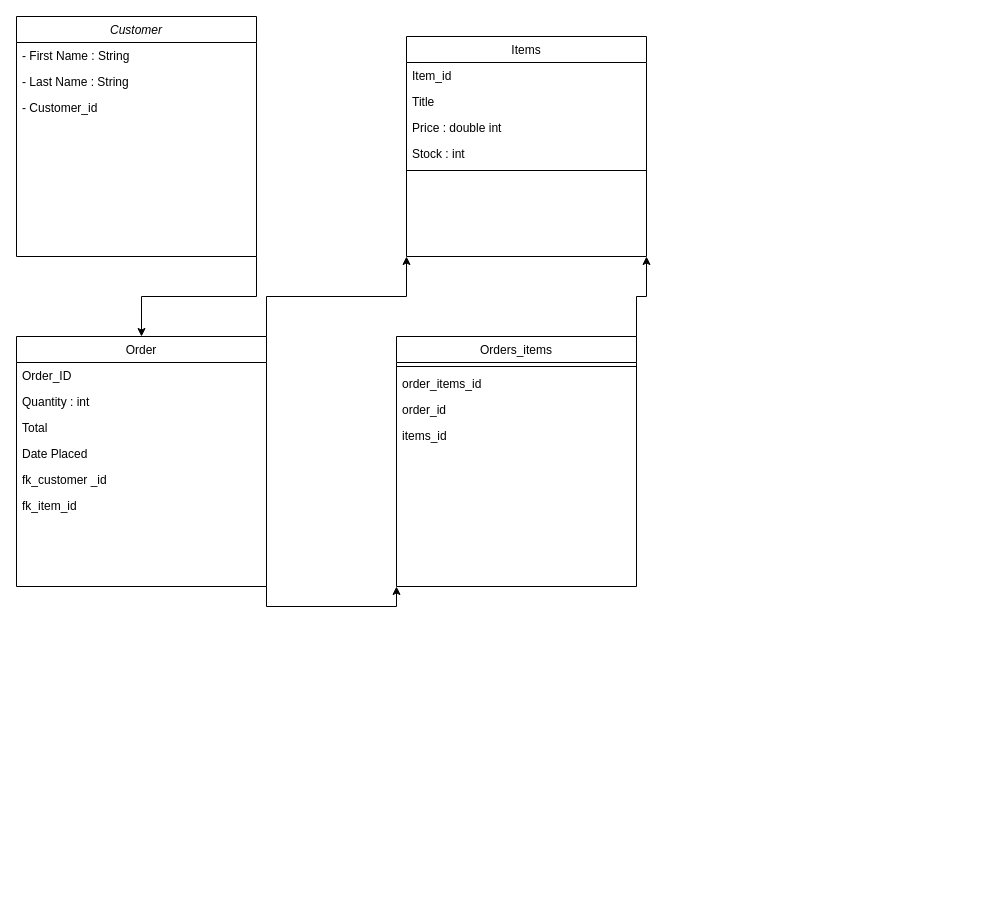
Above: src/main/java/com/qa/ims/IMS Diagram.drawio in rebeccaswinton/IMS-22JulyEnable3 (draw.io), before the change. Source tidied: cells renumbered, new cells numbered last; positions are measured from the earlier drawing's top-left corner, leaving out a move shared by most shapes. Both pictures are drawn from the tidied source at 100%, with x=0, y=0 at pixel (16, 16).
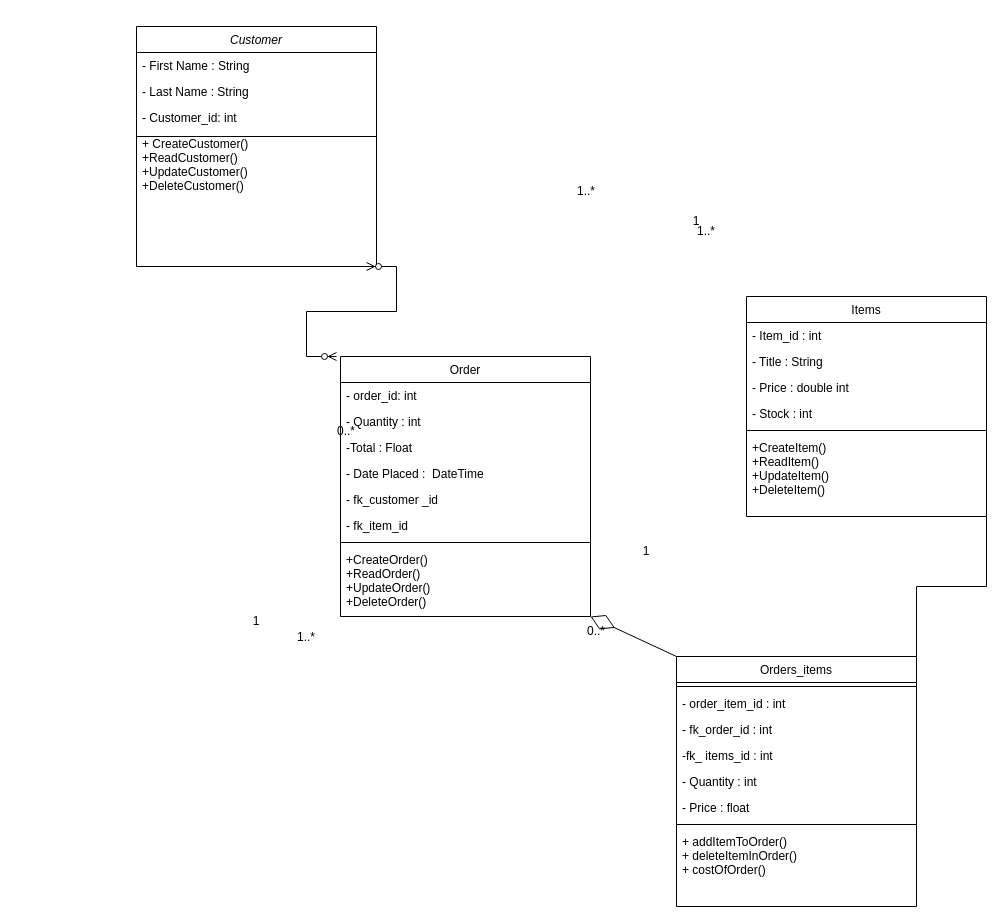
The same page after the edit.

What changed in the source:
```diff
@@
-    <mxCell id="2" style="edgeStyle=orthogonalEdgeStyle;rounded=0;jettySize=auto;html=1;exitX=1;exitY=1;exitDx=0;exitDy=0;" parent="1" edge="1" source="3" target="9">
-      <mxGeometry relative="1" as="geometry" />
-    </mxCell>
     <mxCell id="3" value="Customer" style="swimlane;fontStyle=2;align=center;verticalAlign=top;horizontal=1;startSize=26;rounded=0;shadow=0;strokeWidth=1;" parent="1" vertex="1">
-      <mxGeometry width="240" height="240" as="geometry" />
+      <mxGeometry x="120" y="10" width="240" height="240" as="geometry" />
     </mxCell>
@@
-    <mxCell id="6" value="- Customer_id" style="text;align=left;verticalAlign=top;spacingLeft=4;spacingRight=4;overflow=hidden;rounded=0;shadow=0;html=0;" parent="3" vertex="1">
+    <mxCell id="6" value="- Customer_id: int" style="text;align=left;verticalAlign=top;spacingLeft=4;spacingRight=4;overflow=hidden;rounded=0;shadow=0;html=0;" parent="3" vertex="1">
       <mxGeometry y="78" width="240" height="26" as="geometry" />
     </mxCell>
-    <mxCell id="7" style="edgeStyle=orthogonalEdgeStyle;rounded=0;jettySize=auto;html=1;entryX=0;entryY=1;entryDx=0;entryDy=0;exitX=1;exitY=0;exitDx=0;exitDy=0;" parent="1" edge="1" source="9" target="22">
-      <mxGeometry relative="1" as="geometry" />
-    </mxCell>
-    <mxCell id="8" style="edgeStyle=orthogonalEdgeStyle;rounded=0;jettySize=auto;html=1;exitX=1;exitY=1;exitDx=0;exitDy=0;entryX=0;entryY=1;entryDx=0;entryDy=0;" parent="1" edge="1" source="9" target="17">
-      <mxGeometry relative="1" as="geometry" />
-    </mxCell>
+    <mxCell id="28" style="endArrow=none;html=1;rounded=0;" parent="3" edge="1">
+      <mxGeometry relative="1" as="geometry">
+        <mxPoint y="110" as="sourcePoint" />
+        <mxPoint x="240" y="110" as="targetPoint" />
+      </mxGeometry>
+    </mxCell>
+    <mxCell id="29" value="+ CreateCustomer()&#10;+ReadCustomer()&#10;+UpdateCustomer()&#10;+DeleteCustomer()" style="text;align=left;verticalAlign=top;spacingLeft=4;spacingRight=4;overflow=hidden;rounded=0;shadow=0;html=0;" parent="3" vertex="1">
+      <mxGeometry y="104" width="240" height="66" as="geometry" />
+    </mxCell>
     <mxCell id="9" value="Order" style="swimlane;fontStyle=0;align=center;verticalAlign=top;horizontal=1;startSize=26;rounded=0;shadow=0;strokeWidth=1;" parent="1" vertex="1">
-      <mxGeometry y="320" width="250" height="250" as="geometry" />
+      <mxGeometry x="324" y="340" width="250" height="260" as="geometry" />
     </mxCell>
-    <mxCell id="10" value="Order_ID" style="text;align=left;verticalAlign=top;spacingLeft=4;spacingRight=4;overflow=hidden;" parent="9" vertex="1">
+    <mxCell id="10" value="- order_id: int" style="text;align=left;verticalAlign=top;spacingLeft=4;spacingRight=4;overflow=hidden;" parent="9" vertex="1">
       <mxGeometry y="26" width="250" height="26" as="geometry" />
     </mxCell>
-    <mxCell id="11" value="Quantity : int &#10;&#10;" style="text;align=left;verticalAlign=top;spacingLeft=4;spacingRight=4;overflow=hidden;rounded=0;shadow=0;html=0;" parent="9" vertex="1">
+    <mxCell id="11" value="- Quantity : int &#10;&#10;" style="text;align=left;verticalAlign=top;spacingLeft=4;spacingRight=4;overflow=hidden;rounded=0;shadow=0;html=0;" parent="9" vertex="1">
       <mxGeometry y="52" width="250" height="26" as="geometry" />
     </mxCell>
-    <mxCell id="12" value="Total" style="text;align=left;verticalAlign=top;spacingLeft=4;spacingRight=4;overflow=hidden;rounded=0;shadow=0;html=0;" parent="9" vertex="1">
+    <mxCell id="12" value="-Total : Float" style="text;align=left;verticalAlign=top;spacingLeft=4;spacingRight=4;overflow=hidden;rounded=0;shadow=0;html=0;" parent="9" vertex="1">
       <mxGeometry y="78" width="250" height="26" as="geometry" />
     </mxCell>
-    <mxCell id="13" value="Date Placed" style="text;align=left;verticalAlign=top;spacingLeft=4;spacingRight=4;overflow=hidden;rounded=0;shadow=0;html=0;" parent="9" vertex="1">
+    <mxCell id="13" value="- Date Placed :  DateTime" style="text;align=left;verticalAlign=top;spacingLeft=4;spacingRight=4;overflow=hidden;rounded=0;shadow=0;html=0;" parent="9" vertex="1">
       <mxGeometry y="104" width="250" height="26" as="geometry" />
     </mxCell>
-    <mxCell id="14" value="fk_customer _id" style="text;align=left;verticalAlign=top;spacingLeft=4;spacingRight=4;overflow=hidden;rounded=0;shadow=0;html=0;" parent="9" vertex="1">
+    <mxCell id="14" value="- fk_customer _id" style="text;align=left;verticalAlign=top;spacingLeft=4;spacingRight=4;overflow=hidden;rounded=0;shadow=0;html=0;" parent="9" vertex="1">
       <mxGeometry y="130" width="250" height="26" as="geometry" />
     </mxCell>
-    <mxCell id="15" value="fk_item_id" style="text;align=left;verticalAlign=top;spacingLeft=4;spacingRight=4;overflow=hidden;rounded=0;shadow=0;html=0;" parent="9" vertex="1">
+    <mxCell id="15" value="- fk_item_id" style="text;align=left;verticalAlign=top;spacingLeft=4;spacingRight=4;overflow=hidden;rounded=0;shadow=0;html=0;" parent="9" vertex="1">
       <mxGeometry y="156" width="250" height="26" as="geometry" />
     </mxCell>
-    <mxCell id="16" style="edgeStyle=orthogonalEdgeStyle;rounded=0;jettySize=auto;html=1;exitX=1;exitY=0;exitDx=0;exitDy=0;entryX=1;entryY=1;entryDx=0;entryDy=0;" parent="1" edge="1" source="17" target="22">
-      <mxGeometry relative="1" as="geometry" />
-    </mxCell>
+    <mxCell id="30" style="line;html=1;strokeWidth=1;align=left;verticalAlign=middle;spacingTop=-1;spacingLeft=3;spacingRight=3;labelPosition=right;" parent="9" vertex="1">
+      <mxGeometry y="182" width="250" height="8" as="geometry" />
+    </mxCell>
+    <mxCell id="31" value="+CreateOrder()&#10;+ReadOrder()&#10;+UpdateOrder()&#10;+DeleteOrder()" style="text;align=left;verticalAlign=top;spacingLeft=4;spacingRight=4;overflow=hidden;rounded=0;shadow=0;html=0;" parent="9" vertex="1">
+      <mxGeometry y="190" width="250" height="60" as="geometry" />
+    </mxCell>
     <mxCell id="17" value="Orders_items" style="swimlane;fontStyle=0;align=center;verticalAlign=top;horizontal=1;startSize=26;rounded=0;shadow=0;strokeWidth=1;" parent="1" vertex="1">
-      <mxGeometry x="380" y="320" width="240" height="250" as="geometry" />
+      <mxGeometry x="660" y="640" width="240" height="250" as="geometry" />
     </mxCell>
@@
-    <mxCell id="19" value="order_items_id" style="text;align=left;verticalAlign=top;spacingLeft=4;spacingRight=4;overflow=hidden;rounded=0;shadow=0;html=0;" parent="17" vertex="1">
+    <mxCell id="19" value="- order_item_id : int" style="text;align=left;verticalAlign=top;spacingLeft=4;spacingRight=4;overflow=hidden;rounded=0;shadow=0;html=0;" parent="17" vertex="1">
       <mxGeometry y="34" width="240" height="26" as="geometry" />
     </mxCell>
-    <mxCell id="20" value="order_id" style="text;align=left;verticalAlign=top;spacingLeft=4;spacingRight=4;overflow=hidden;rounded=0;shadow=0;html=0;" parent="17" vertex="1">
+    <mxCell id="20" value="- fk_order_id : int" style="text;align=left;verticalAlign=top;spacingLeft=4;spacingRight=4;overflow=hidden;rounded=0;shadow=0;html=0;" parent="17" vertex="1">
       <mxGeometry y="60" width="240" height="26" as="geometry" />
     </mxCell>
-    <mxCell id="21" value="items_id" style="text;align=left;verticalAlign=top;spacingLeft=4;spacingRight=4;overflow=hidden;rounded=0;shadow=0;html=0;" parent="17" vertex="1">
+    <mxCell id="21" value="-fk_ items_id : int" style="text;align=left;verticalAlign=top;spacingLeft=4;spacingRight=4;overflow=hidden;rounded=0;shadow=0;html=0;" parent="17" vertex="1">
       <mxGeometry y="86" width="240" height="26" as="geometry" />
     </mxCell>
+    <mxCell id="32" value="- Quantity : int" style="text;align=left;verticalAlign=top;spacingLeft=4;spacingRight=4;overflow=hidden;rounded=0;shadow=0;html=0;" parent="17" vertex="1">
+      <mxGeometry y="112" width="240" height="26" as="geometry" />
+    </mxCell>
+    <mxCell id="33" value="- Price : float" style="text;align=left;verticalAlign=top;spacingLeft=4;spacingRight=4;overflow=hidden;rounded=0;shadow=0;html=0;" parent="17" vertex="1">
+      <mxGeometry y="138" width="240" height="26" as="geometry" />
+    </mxCell>
+    <mxCell id="34" style="line;html=1;strokeWidth=1;align=left;verticalAlign=middle;spacingTop=-1;spacingLeft=3;spacingRight=3;labelPosition=right;" parent="17" vertex="1">
+      <mxGeometry y="164" width="240" height="8" as="geometry" />
+    </mxCell>
+    <mxCell id="35" value="+ addItemToOrder()&#10;+ deleteItemInOrder()&#10;+ costOfOrder()" style="text;align=left;verticalAlign=top;spacingLeft=4;spacingRight=4;overflow=hidden;rounded=0;shadow=0;html=0;" parent="17" vertex="1">
+      <mxGeometry y="172" width="240" height="60" as="geometry" />
+    </mxCell>
     <mxCell id="22" value="Items" style="swimlane;fontStyle=0;align=center;verticalAlign=top;horizontal=1;startSize=26;rounded=0;shadow=0;strokeWidth=1;" parent="1" vertex="1">
-      <mxGeometry x="390" y="20" width="240" height="220" as="geometry" />
+      <mxGeometry x="730" y="280" width="240" height="220" as="geometry" />
     </mxCell>
-    <mxCell id="23" value="Item_id" style="text;align=left;verticalAlign=top;spacingLeft=4;spacingRight=4;overflow=hidden;rounded=0;shadow=0;html=0;" parent="22" vertex="1">
+    <mxCell id="23" value="- Item_id : int" style="text;align=left;verticalAlign=top;spacingLeft=4;spacingRight=4;overflow=hidden;rounded=0;shadow=0;html=0;" parent="22" vertex="1">
       <mxGeometry y="26" width="240" height="26" as="geometry" />
     </mxCell>
-    <mxCell id="24" value="Title" style="text;align=left;verticalAlign=top;spacingLeft=4;spacingRight=4;overflow=hidden;" parent="22" vertex="1">
+    <mxCell id="24" value="- Title : String" style="text;align=left;verticalAlign=top;spacingLeft=4;spacingRight=4;overflow=hidden;" parent="22" vertex="1">
       <mxGeometry y="52" width="240" height="26" as="geometry" />
     </mxCell>
-    <mxCell id="25" value="Price : double int" style="text;align=left;verticalAlign=top;spacingLeft=4;spacingRight=4;overflow=hidden;rounded=0;shadow=0;html=0;" parent="22" vertex="1">
+    <mxCell id="25" value="- Price : double int" style="text;align=left;verticalAlign=top;spacingLeft=4;spacingRight=4;overflow=hidden;rounded=0;shadow=0;html=0;" parent="22" vertex="1">
       <mxGeometry y="78" width="240" height="26" as="geometry" />
     </mxCell>
-    <mxCell id="26" value="Stock : int" style="text;align=left;verticalAlign=top;spacingLeft=4;spacingRight=4;overflow=hidden;rounded=0;shadow=0;html=0;" parent="22" vertex="1">
+    <mxCell id="26" value="- Stock : int" style="text;align=left;verticalAlign=top;spacingLeft=4;spacingRight=4;overflow=hidden;rounded=0;shadow=0;html=0;" parent="22" vertex="1">
       <mxGeometry y="104" width="240" height="26" as="geometry" />
     </mxCell>
@@
+    <mxCell id="36" value="+CreateItem()&#10;+ReadItem()&#10;+UpdateItem()&#10;+DeleteItem()" style="text;align=left;verticalAlign=top;spacingLeft=4;spacingRight=4;overflow=hidden;rounded=0;shadow=0;html=0;" parent="22" vertex="1">
+      <mxGeometry y="138" width="240" height="60" as="geometry" />
+    </mxCell>
+    <mxCell id="37" value="1" style="text;html=1;strokeColor=none;fillColor=none;align=center;verticalAlign=middle;whiteSpace=wrap;rounded=0;" parent="1" vertex="1">
+      <mxGeometry x="650" y="190" width="60" height="30" as="geometry" />
+    </mxCell>
+    <mxCell id="38" value="1..*" style="text;html=1;strokeColor=none;fillColor=none;align=center;verticalAlign=middle;whiteSpace=wrap;rounded=0;" parent="1" vertex="1">
+      <mxGeometry x="540" y="160" width="60" height="30" as="geometry" />
+    </mxCell>
+    <mxCell id="39" value="0..*" style="text;html=1;strokeColor=none;fillColor=none;align=center;verticalAlign=middle;whiteSpace=wrap;rounded=0;" parent="1" vertex="1">
+      <mxGeometry x="300" y="400" width="60" height="30" as="geometry" />
+    </mxCell>
+    <mxCell id="40" value="1..*" style="text;html=1;strokeColor=none;fillColor=none;align=center;verticalAlign=middle;whiteSpace=wrap;rounded=0;" parent="1" vertex="1">
+      <mxGeometry x="660" y="200" width="60" height="30" as="geometry" />
+    </mxCell>
+    <mxCell id="41" style="endArrow=diamondThin;endFill=0;endSize=24;html=1;rounded=0;exitX=0;exitY=0;exitDx=0;exitDy=0;entryX=1;entryY=1;entryDx=0;entryDy=0;" parent="1" edge="1" source="17" target="9">
+      <mxGeometry relative="1" as="geometry" />
+    </mxCell>
+    <mxCell id="42" value="1" style="text;html=1;strokeColor=none;fillColor=none;align=center;verticalAlign=middle;whiteSpace=wrap;rounded=0;" parent="1" vertex="1">
+      <mxGeometry x="210" y="590" width="60" height="30" as="geometry" />
+    </mxCell>
+    <mxCell id="43" value="1..*" style="text;html=1;strokeColor=none;fillColor=none;align=center;verticalAlign=middle;whiteSpace=wrap;rounded=0;" parent="1" vertex="1">
+      <mxGeometry x="170" y="606" width="240" height="30" as="geometry" />
+    </mxCell>
+    <mxCell id="16" style="endArrow=none;html=1;edgeStyle=orthogonalEdgeStyle;rounded=0;exitX=1;exitY=0;exitDx=0;exitDy=0;entryX=1;entryY=1;entryDx=0;entryDy=0;" parent="1" edge="1" source="17" target="22">
+      <mxGeometry relative="1" as="geometry" />
+    </mxCell>
+    <mxCell id="44" value="1" style="text;html=1;strokeColor=none;fillColor=none;align=center;verticalAlign=middle;whiteSpace=wrap;rounded=0;" parent="1" vertex="1">
+      <mxGeometry x="510" y="520" width="240" height="30" as="geometry" />
+    </mxCell>
+    <mxCell id="45" value="0..*" style="text;html=1;strokeColor=none;fillColor=none;align=center;verticalAlign=middle;whiteSpace=wrap;rounded=0;" parent="1" vertex="1">
+      <mxGeometry x="550" y="600" width="60" height="30" as="geometry" />
+    </mxCell>
+    <mxCell id="46" style="edgeStyle=entityRelationEdgeStyle;fontSize=12;html=1;endArrow=ERzeroToMany;endFill=1;startArrow=ERzeroToMany;rounded=0;" parent="1" edge="1">
+      <mxGeometry relative="1" as="geometry">
+        <mxPoint x="350" y="250" as="sourcePoint" />
+        <mxPoint x="320" y="340" as="targetPoint" />
+      </mxGeometry>
+    </mxCell>
```
